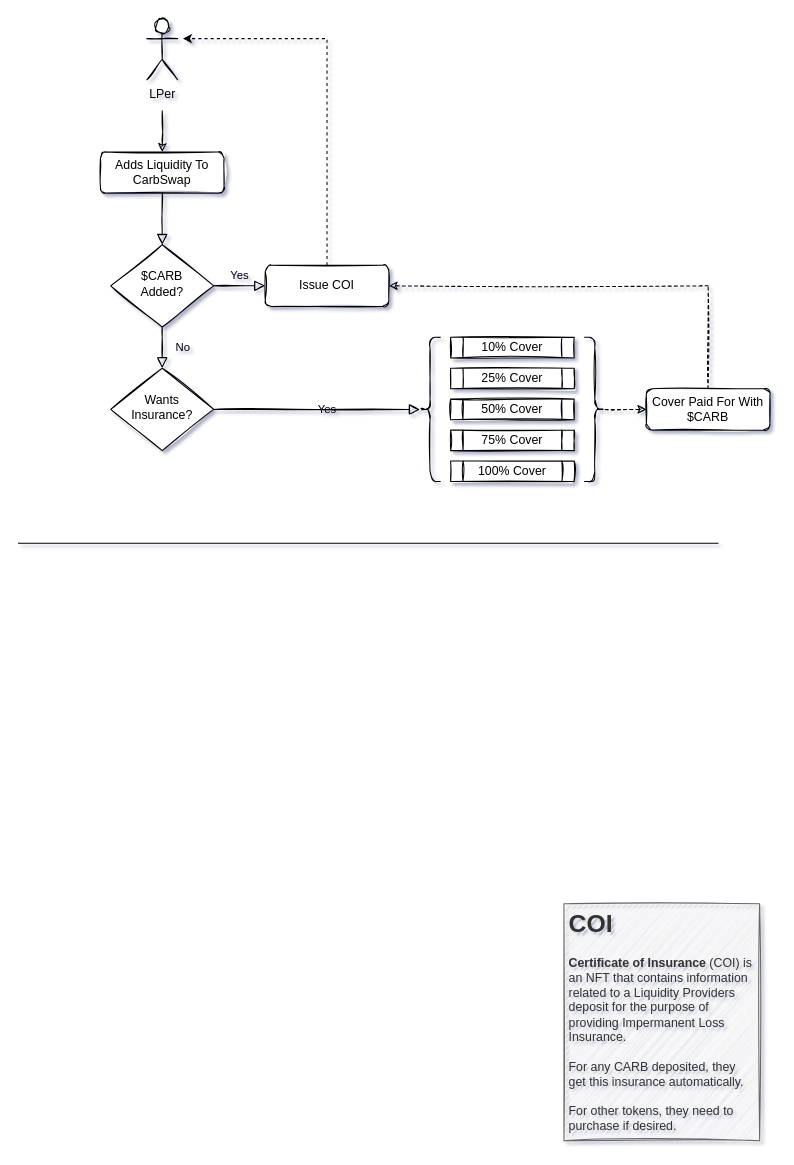
Earlier version of the draw.io diagram CarbSwapInsurance.drawio (Carbon-Labs/Diagrams). Source tidied: cells renumbered, new cells numbered last; positions are measured from the earlier drawing's top-left corner, leaving out a move shared by most shapes. Both pictures are drawn from the tidied source at 103%, with x=0, y=0 at pixel (18, 18).
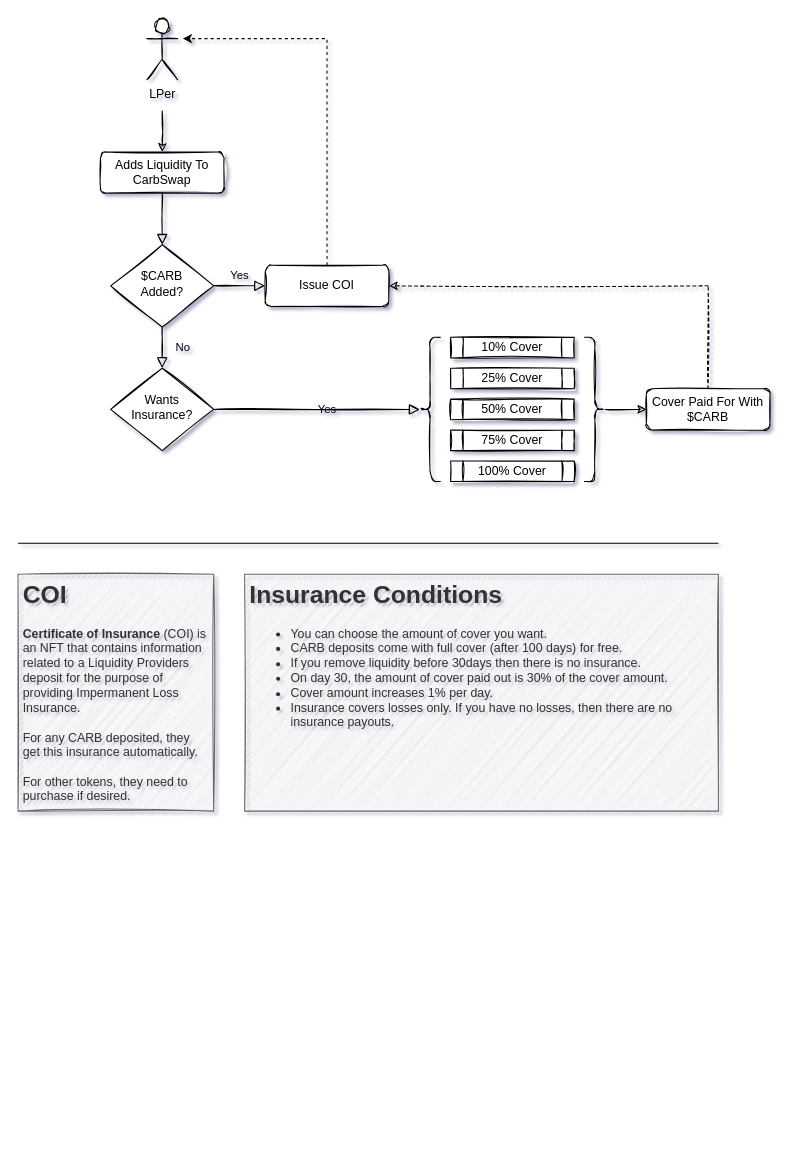
The same diagram, later.

Unchanged cells that the change refers to:
```xml
<mxCell id="20" value="Cover Paid For With&lt;br&gt;$CARB" style="rounded=1;whiteSpace=wrap;html=1;fontSize=12;glass=0;strokeWidth=1;shadow=0;sketch=1;" parent="1" vertex="1">
  <mxGeometry x="610" y="360" width="120" height="40" as="geometry" />
</mxCell>
<mxCell id="22" style="shape=curlyBracket;whiteSpace=wrap;html=1;rounded=1;flipH=1;shadow=0;sketch=1;" parent="1" vertex="1">
  <mxGeometry x="550" y="310" width="20" height="140" as="geometry" />
</mxCell>
```

What changed in the source:
```diff
@@
-    <mxCell id="21" style="edgeStyle=orthogonalEdgeStyle;rounded=0;sketch=1;jettySize=auto;html=1;entryX=0;entryY=0.5;entryDx=0;entryDy=0;dashed=1;" parent="1" edge="1" source="22" target="20">
+    <mxCell id="21" style="edgeStyle=orthogonalEdgeStyle;rounded=0;sketch=1;jettySize=auto;html=1;entryX=0;entryY=0.5;entryDx=0;entryDy=0;" parent="1" edge="1" source="22" target="20">
       <mxGeometry relative="1" as="geometry" />
     </mxCell>
@@
     <mxCell id="23" value="&lt;h1&gt;COI&lt;/h1&gt;&lt;div&gt;&lt;b&gt;Certificate of Insurance&lt;/b&gt; (COI) is an NFT that contains information related to a Liquidity Providers deposit for the purpose of providing Impermanent Loss Insurance.&lt;/div&gt;&lt;div&gt;&lt;br&gt;&lt;/div&gt;&lt;div&gt;For any CARB deposited, they get this insurance automatically.&lt;br&gt;&lt;br&gt;For other tokens, they need to purchase if desired.&lt;br&gt;&lt;/div&gt;" style="text;html=1;fillColor=#f5f5f5;spacing=5;spacingTop=-20;whiteSpace=wrap;overflow=hidden;rounded=0;shadow=0;sketch=1;strokeColor=#666666;fontColor=#333333;" parent="1" vertex="1">
-      <mxGeometry x="530" y="860" width="190" height="230" as="geometry" />
+      <mxGeometry y="540" width="190" height="230" as="geometry" />
     </mxCell>
@@
+    <mxCell id="25" value="&lt;h1&gt;Insurance Conditions&lt;br&gt;&lt;/h1&gt;&lt;ul&gt;&lt;li&gt;You can choose the amount of cover you want.&lt;/li&gt;&lt;li&gt;CARB deposits come with full cover (after 100 days) for free.&lt;/li&gt;&lt;li&gt;If you remove liquidity before 30days then there is no insurance.&lt;br&gt;&lt;/li&gt;&lt;li&gt;On day 30, the amount of cover paid out is 30% of the cover amount.&lt;/li&gt;&lt;li&gt;Cover amount increases 1% per day.&lt;/li&gt;&lt;li&gt;Insurance covers losses only. If you have no losses, then there are no insurance payouts.&lt;br&gt;&lt;/li&gt;&lt;/ul&gt;" style="text;html=1;fillColor=#f5f5f5;spacing=5;spacingTop=-20;whiteSpace=wrap;overflow=hidden;rounded=0;shadow=0;sketch=1;strokeColor=#666666;fontColor=#333333;" parent="1" vertex="1">
+      <mxGeometry x="220" y="540" width="460" height="230" as="geometry" />
+    </mxCell>
```
